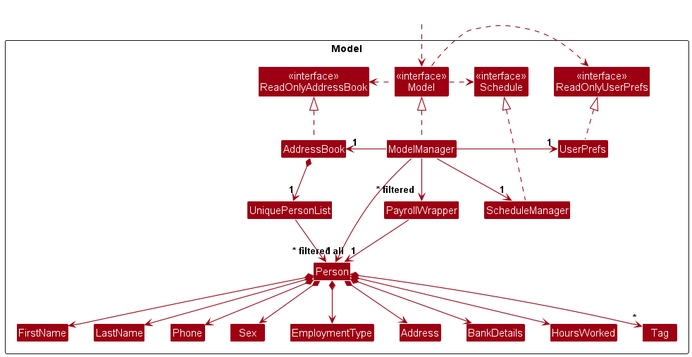
Before: docs/images/ModelClassDiagram.png, a diagram exported from PlantUML (AY2324S2-CS2103T-T17-4/tp). Its source is kept beside it as docs/diagrams/ModelClassDiagram.puml.
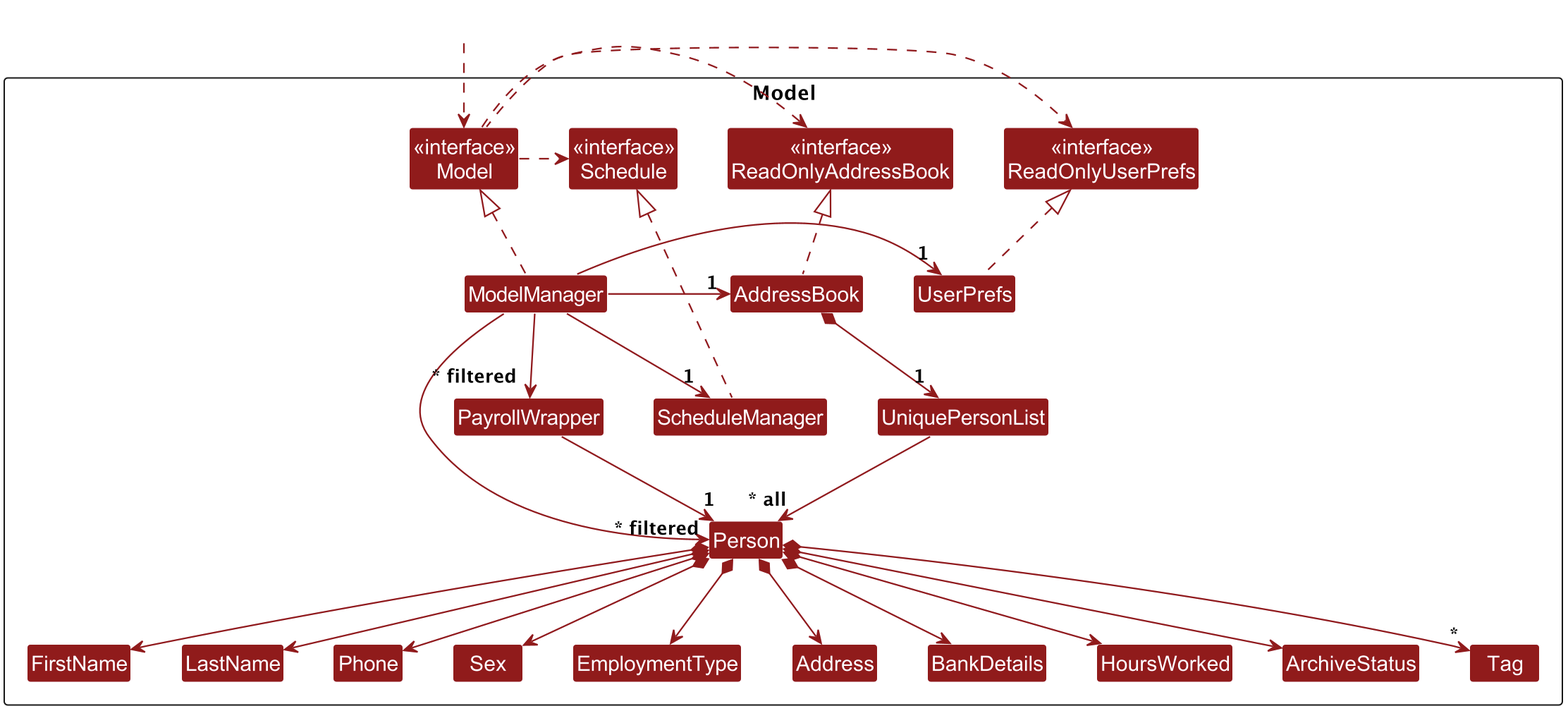
Later version of the same file.

Change to the diagram source:
```diff
@@ -26,6 +26,7 @@
 Class HoursWorked
 Class Tag
 Class PayrollWrapper
+Class ArchiveStatus
 
 Class I #FFFFFF
 }
@@ -55,6 +56,7 @@
 Person *--> Sex
 Person *--> Address
 Person *--> HoursWorked
+Person *--> ArchiveStatus
 Person *--> "*" Tag
 
 Person -[hidden]up--> I
@@ -67,6 +69,7 @@
 EmploymentType -[hidden]right-> Address
 Address -[hidden]right-> BankDetails
 BankDetails -[hidden]right-> HoursWorked
+HoursWorked -[hidden]right-> ArchiveStatus
 
 ModelManager --> "~* filtered" Person
 ModelManager --> "~* filtered" PayrollWrapper
```
